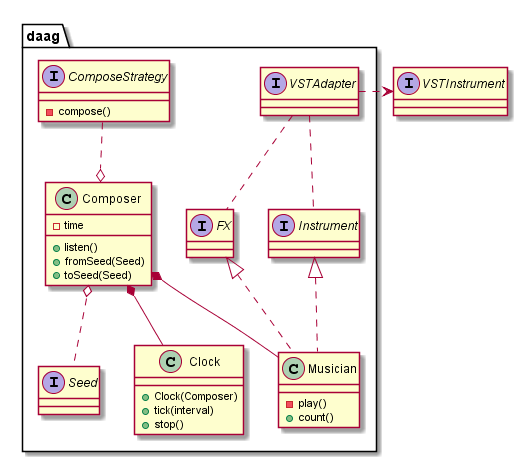
This is uml/daag_cd.png from BenjHawk/daag, a PlantUML export, as it was before one commit.
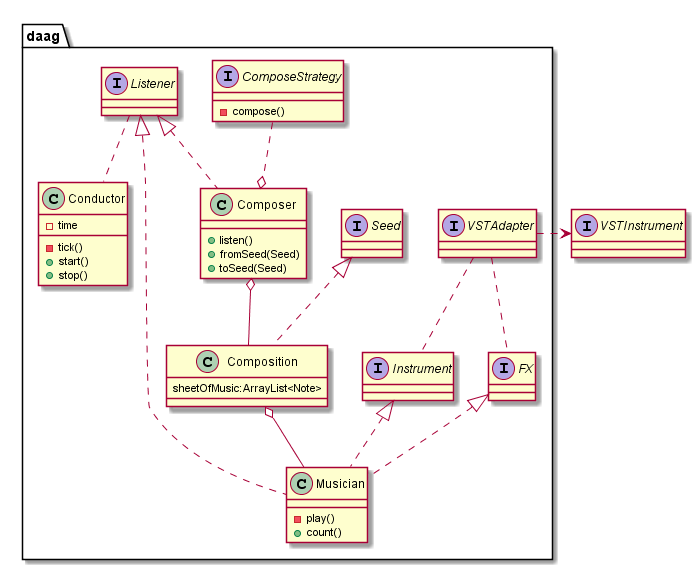
The same diagram one commit later.

Diff of the diagram source:
```diff
@@ -3,39 +3,45 @@
 Interface VSTInstrument
 
 namespace daag {
-	Interface ComposeStrategy{
-		-compose()
-	}
 	Class Composer{
-		-time
 		+listen()
 		+fromSeed(Seed)
 		+toSeed(Seed)
 	}
-	Interface VSTAdapter
-	Interface FX
-	Interface Instrument
-	Interface Seed
-
-	Class Clock{
-		+Clock(Composer)
-		+tick(interval)
+	Interface ComposeStrategy{
+		-compose()
+	}
+	Class Composition{
+		sheetOfMusic:ArrayList<Note>
+	}
+	Class Conductor{
+		-time
+		-tick()
+		+start()
 		+stop()
 	}
-
+	Interface Instrument
+	Interface FX
+	Interface VSTAdapter
+	Interface Seed
+	Interface Listener
 	Class Musician{
 		-play()
 		+count()
 	}
 
+	Seed <|.. Composition
 	ComposeStrategy ..o Composer
-	Composer o.. Seed
-	Composer *-- Musician
-	Composer *-- Clock
+	Composer o-- Composition
+	Composition o-- Musician
 	VSTAdapter .. Instrument
 	VSTAdapter .. FX
 	VSTAdapter .> .VSTInstrument
 	Instrument <|.. Musician
 	FX <|.. Musician
+	Listener <|.. Composer
+	Listener <|.. Musician
+	Listener .. Conductor
 }
+
 @enduml
```
